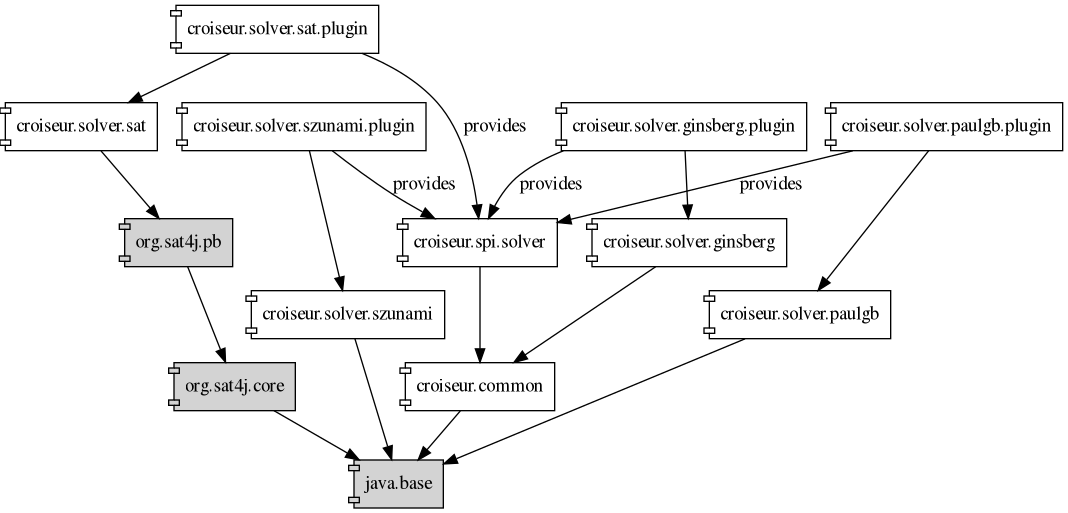
The PlantUML diagram doc/reference/puml/components/image/output/solver-spi-implementations.png in super7ramp/croiseur, before a commit. Its source is kept beside it as doc/reference/puml/components/solver-spi-implementations.puml.
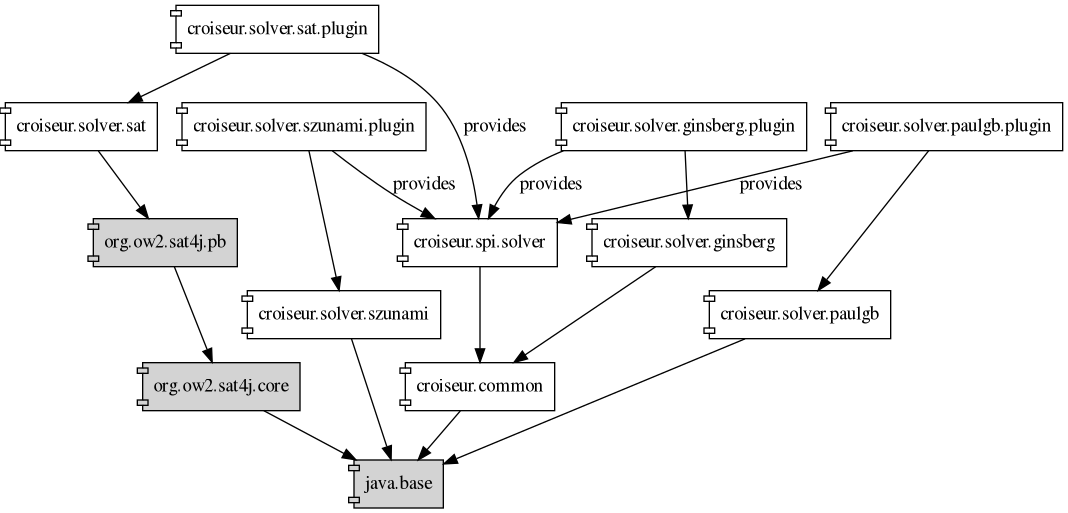
Later version of the same file.

What changed in the source:
```diff
@@ -5,12 +5,12 @@
 
   // External dependencies need to be distinguished from the rest
   "java.base" [style=filled fillcolor=lightgray];
-  "org.sat4j.core" [style=filled fillcolor=lightgray]
-  "org.sat4j.pb" [style=filled fillcolor=lightgray]
+  "org.ow2.sat4j.core" [style=filled fillcolor=lightgray]
+  "org.ow2.sat4j.pb" [style=filled fillcolor=lightgray]
 
-  "croiseur.solver.sat" -> "org.sat4j.pb"
-  "org.sat4j.pb" -> "org.sat4j.core"
-  "org.sat4j.core" -> "java.base"
+  "croiseur.solver.sat" -> "org.ow2.sat4j.pb"
+  "org.ow2.sat4j.pb" -> "org.ow2.sat4j.core"
+  "org.ow2.sat4j.core" -> "java.base"
   "croiseur.solver.sat.plugin" -> "croiseur.solver.sat"
   "croiseur.solver.sat.plugin" -> "croiseur.spi.solver" [label=provides]
   "croiseur.solver.szunami"    -> "java.base";
```
